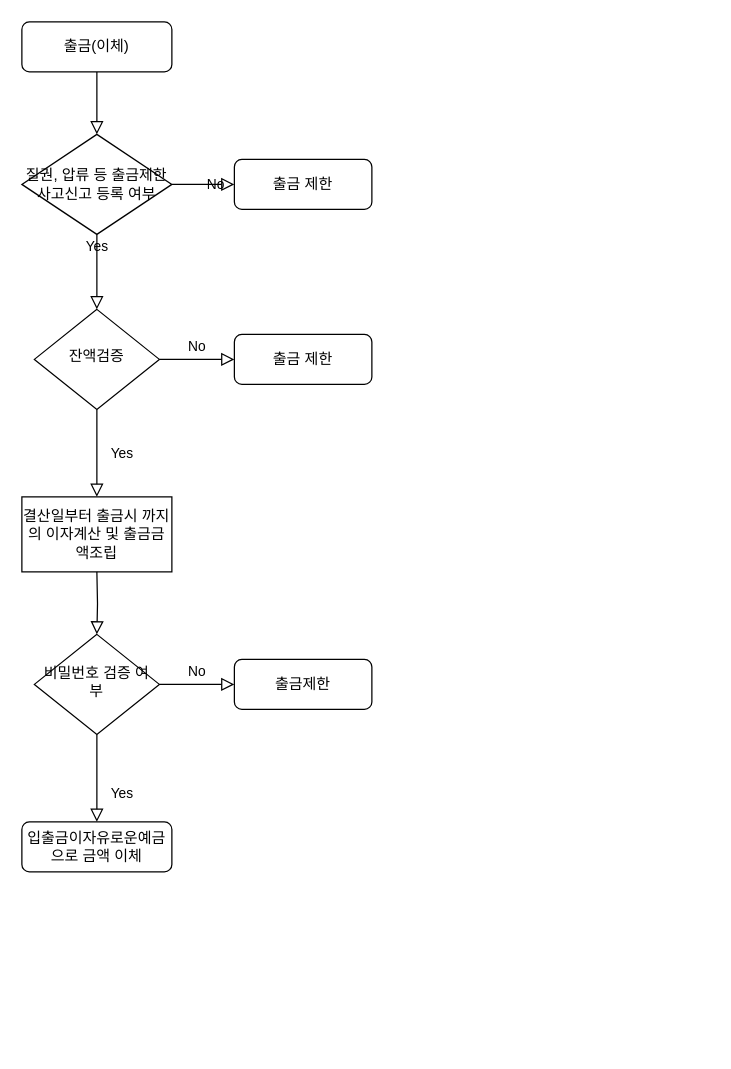
Above: penny Bank_flow(2).drawio in hojinWoo/pennyBank (draw.io), before the change. Source tidied: cells renumbered, new cells numbered last; positions are measured from the earlier drawing's top-left corner, leaving out a move shared by most shapes. Both pictures are drawn from the tidied source at 125%, with x=0, y=0 at pixel (21, 21).
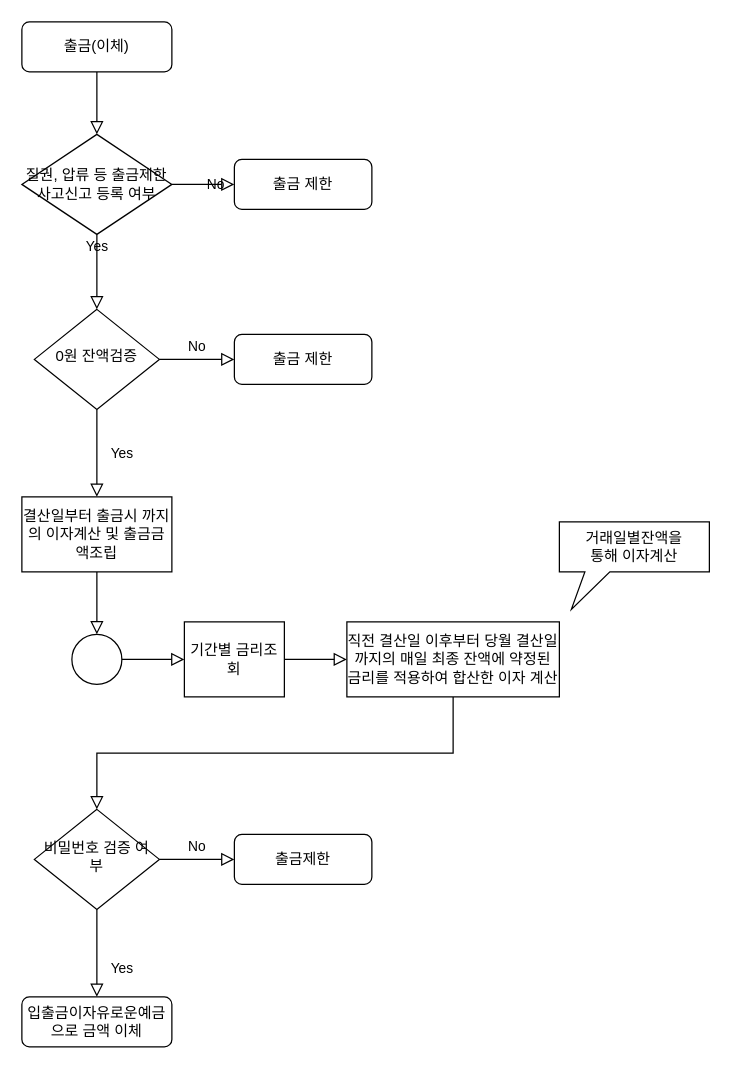
After the change.

Diff of the diagram source:
```diff
@@
-    <mxCell id="6" value="잔액검증" style="rhombus;whiteSpace=wrap;html=1;shadow=0;fontFamily=Helvetica;fontSize=12;align=center;strokeWidth=1;spacing=6;spacingTop=-4;" parent="1" vertex="1">
+    <mxCell id="6" value="0원 잔액검증" style="rhombus;whiteSpace=wrap;html=1;shadow=0;fontFamily=Helvetica;fontSize=12;align=center;strokeWidth=1;spacing=6;spacingTop=-4;" parent="1" vertex="1">
       <mxGeometry x="10" y="230" width="100" height="80" as="geometry" />
     </mxCell>
@@
     <mxCell id="8" value="&lt;span&gt;입출금이자유로운예금으로 금액 이체&lt;/span&gt;" style="rounded=1;whiteSpace=wrap;html=1;fontSize=12;glass=0;strokeWidth=1;shadow=0;" parent="1" vertex="1">
-      <mxGeometry y="640" width="120" height="40" as="geometry" />
+      <mxGeometry y="780" width="120" height="40" as="geometry" />
     </mxCell>
@@
-    <mxCell id="10" style="rounded=0;html=1;jettySize=auto;fontSize=11;endArrow=block;endFill=0;endSize=8;strokeWidth=1;shadow=0;labelBackgroundColor=none;edgeStyle=orthogonalEdgeStyle;entryX=0.5;entryY=0;entryDx=0;entryDy=0;" parent="1" edge="1" target="11">
+    <mxCell id="10" style="rounded=0;html=1;jettySize=auto;orthogonalLoop=1;fontSize=11;endArrow=block;endFill=0;endSize=8;strokeWidth=1;shadow=0;labelBackgroundColor=none;edgeStyle=orthogonalEdgeStyle;" parent="1" edge="1">
       <mxGeometry x="0.33" y="20" relative="1" as="geometry">
         <mxPoint x="60" y="440" as="sourcePoint" />
+        <mxPoint x="60" y="490" as="targetPoint" />
       </mxGeometry>
     </mxCell>
     <mxCell id="11" value="비밀번호 검증 여부" style="rhombus;whiteSpace=wrap;html=1;shadow=0;fontFamily=Helvetica;fontSize=12;align=center;strokeWidth=1;spacing=6;spacingTop=-4;" parent="1" vertex="1">
-      <mxGeometry x="10" y="490" width="100" height="80" as="geometry" />
+      <mxGeometry x="10" y="630" width="100" height="80" as="geometry" />
     </mxCell>
     <mxCell id="12" value="Yes" style="rounded=0;html=1;jettySize=auto;fontSize=11;endArrow=block;endFill=0;endSize=8;strokeWidth=1;shadow=0;labelBackgroundColor=none;edgeStyle=orthogonalEdgeStyle;entryX=0.5;entryY=0;entryDx=0;entryDy=0;exitX=0.5;exitY=1;exitDx=0;exitDy=0;" parent="1" edge="1" source="11">
       <mxGeometry x="0.33" y="20" relative="1" as="geometry">
-        <mxPoint x="60" y="640" as="targetPoint" />
+        <mxPoint x="60" y="780" as="targetPoint" />
       </mxGeometry>
     </mxCell>
@@
     <mxCell id="14" value="출금제한" style="rounded=1;whiteSpace=wrap;html=1;fontSize=12;glass=0;strokeWidth=1;shadow=0;" parent="1" vertex="1">
-      <mxGeometry x="170" y="510" width="110" height="40" as="geometry" />
+      <mxGeometry x="170" y="650" width="110" height="40" as="geometry" />
     </mxCell>
@@
+    <mxCell id="19" style="ellipse;whiteSpace=wrap;html=1;strokeColor=#000000;" parent="1" vertex="1">
+      <mxGeometry x="40" y="490" width="40" height="40" as="geometry" />
+    </mxCell>
+    <mxCell id="20" value="기간별 금리조회" style="rounded=0;whiteSpace=wrap;html=1;" parent="1" vertex="1">
+      <mxGeometry x="130" y="480" width="80" height="60" as="geometry" />
+    </mxCell>
+    <mxCell id="21" value="직전 결산일 이후부터 당월 결산일까지의 매일 최종 잔액에 약정된 금리를 적용하여 합산한 이자 계산" style="rounded=0;whiteSpace=wrap;html=1;" parent="1" vertex="1">
+      <mxGeometry x="260" y="480" width="170" height="60" as="geometry" />
+    </mxCell>
+    <mxCell id="22" value="거래일별잔액을 &lt;br&gt;통해 이자계산" style="shape=callout;whiteSpace=wrap;html=1;perimeter=calloutPerimeter;size=30;position=0.17;position2=0.08;" parent="1" vertex="1">
+      <mxGeometry x="430" y="400" width="120" height="70" as="geometry" />
+    </mxCell>
+    <mxCell id="23" style="rounded=0;html=1;jettySize=auto;fontSize=11;endArrow=block;endFill=0;endSize=8;strokeWidth=1;shadow=0;labelBackgroundColor=none;edgeStyle=orthogonalEdgeStyle;exitX=1;exitY=0.5;exitDx=0;exitDy=0;entryX=0;entryY=0.5;entryDx=0;entryDy=0;" parent="1" edge="1" source="19" target="20">
+      <mxGeometry x="0.33" y="20" relative="1" as="geometry" />
+    </mxCell>
+    <mxCell id="24" style="rounded=0;html=1;jettySize=auto;fontSize=11;endArrow=block;endFill=0;endSize=8;strokeWidth=1;shadow=0;labelBackgroundColor=none;edgeStyle=orthogonalEdgeStyle;exitX=1;exitY=0.5;exitDx=0;exitDy=0;entryX=0;entryY=0.5;entryDx=0;entryDy=0;" parent="1" edge="1" source="20" target="21">
+      <mxGeometry x="0.33" y="20" relative="1" as="geometry" />
+    </mxCell>
+    <mxCell id="25" style="rounded=0;html=1;jettySize=auto;fontSize=11;endArrow=block;endFill=0;endSize=8;strokeWidth=1;shadow=0;labelBackgroundColor=none;edgeStyle=orthogonalEdgeStyle;exitX=0.5;exitY=1;exitDx=0;exitDy=0;entryX=0.5;entryY=0;entryDx=0;entryDy=0;" parent="1" edge="1" source="21" target="11">
+      <mxGeometry x="0.33" y="20" relative="1" as="geometry" />
+    </mxCell>
```
